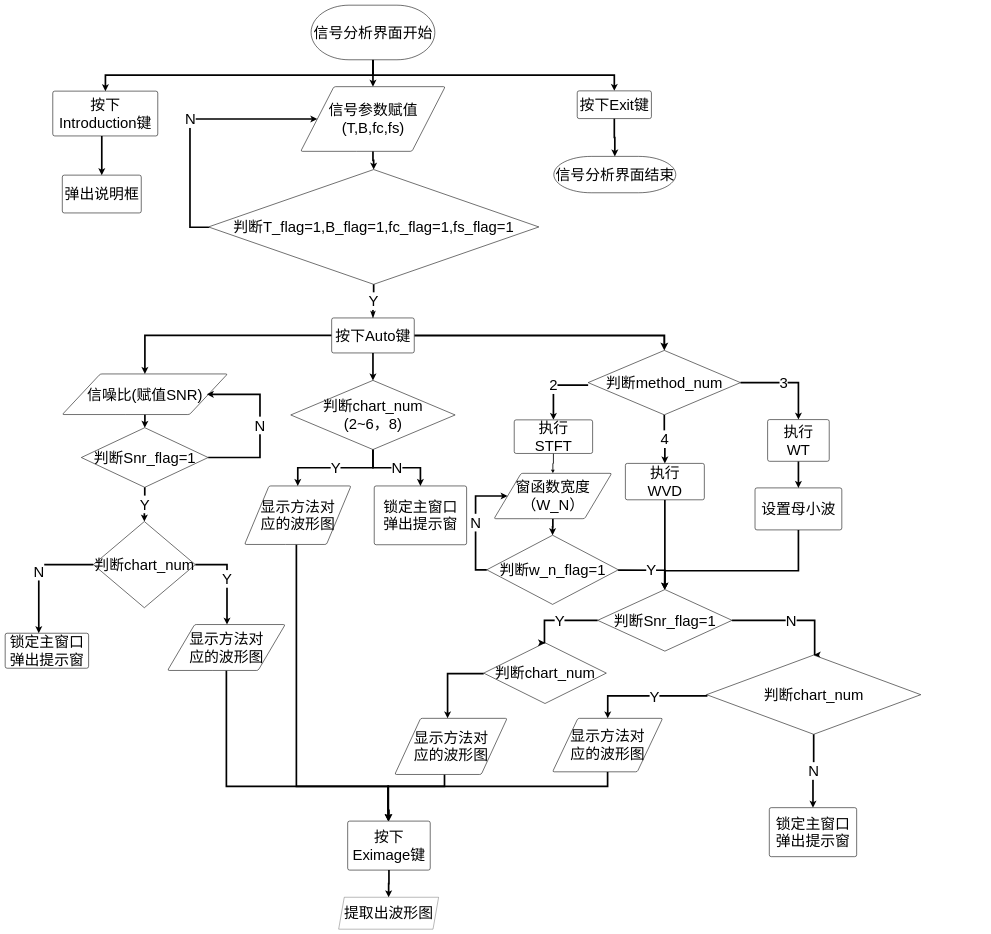
Before: TFA.drawio in Being-Chip/hello-world, a draw.io diagram. Source tidied: cells renumbered, new cells numbered last; positions are measured from the earlier drawing's top-left corner, leaving out a move shared by most shapes. Both pictures are drawn from the tidied source at 28%, with x=0, y=0 at pixel (5, 5).
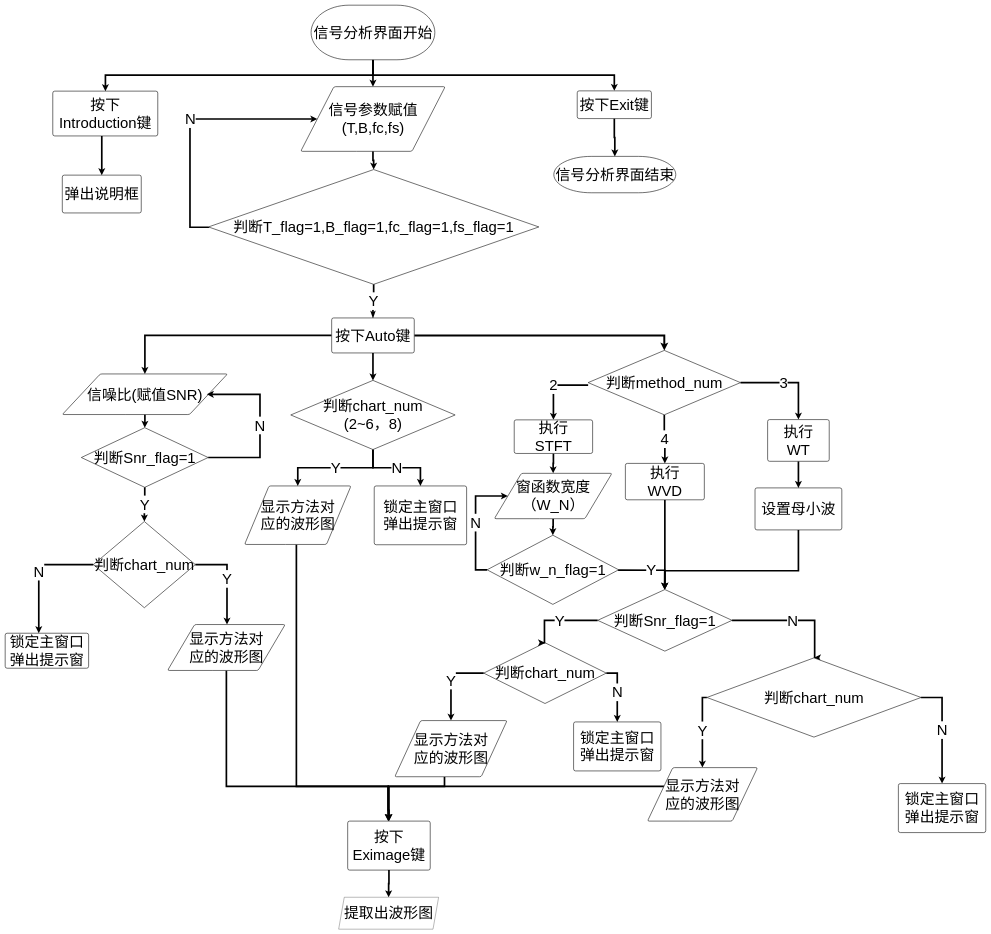
After the change.

Unchanged cells that the change refers to:
```xml
<mxCell id="24" value="执行&lt;br&gt;STFT" style="rounded=1;whiteSpace=wrap;html=1;absoluteArcSize=1;arcSize=14;strokeWidth=2;fontSize=53;fontStyle=0;" parent="1" vertex="1">
  <mxGeometry x="1818" y="1481" width="280" height="120" as="geometry" />
</mxCell>
<mxCell id="40" value="判断chart_num" style="strokeWidth=2;html=1;shape=mxgraph.flowchart.decision;whiteSpace=wrap;fontSize=53;fontStyle=0;" parent="1" vertex="1">
  <mxGeometry x="1709" y="2277" width="438" height="217" as="geometry" />
</mxCell>
```

The edit, as a diff of the source:
```diff
@@
-    <mxCell id="23" style="edgeStyle=orthogonalEdgeStyle;rounded=0;jettySize=auto;html=1;entryX=0.5;entryY=0;entryDx=0;entryDy=0;fontSize=53;fontStyle=0;strokeWidth=3;" parent="1" edge="1" source="24" target="42">
+    <mxCell id="23" style="edgeStyle=orthogonalEdgeStyle;rounded=0;jettySize=auto;html=1;entryX=0.5;entryY=0;entryDx=0;entryDy=0;fontSize=53;fontStyle=0;strokeWidth=6;" parent="1" edge="1" source="24" target="42">
       <mxGeometry relative="1" as="geometry" />
     </mxCell>
@@
-    <mxCell id="39" style="edgeStyle=orthogonalEdgeStyle;rounded=0;jettySize=auto;html=1;fontSize=53;strokeWidth=6;fontStyle=0;" parent="1" edge="1" source="40" target="61">
-      <mxGeometry relative="1" as="geometry">
-        <Array as="points">
-          <mxPoint x="1580" y="2387" />
-        </Array>
-      </mxGeometry>
-    </mxCell>
+    <mxCell id="73" value="N" style="edgeStyle=orthogonalEdgeStyle;rounded=0;jettySize=auto;html=1;exitX=1;exitY=0.5;exitDx=0;exitDy=0;exitPerimeter=0;strokeWidth=6;fontSize=53;" parent="1" edge="1" source="40" target="75">
+      <mxGeometry relative="1" as="geometry" />
+    </mxCell>
+    <mxCell id="74" value="Y" style="edgeStyle=orthogonalEdgeStyle;rounded=0;orthogonalLoop=1;jettySize=auto;html=1;fontSize=53;strokeWidth=6;" parent="1" edge="1">
+      <mxGeometry relative="1" as="geometry">
+        <mxPoint x="1709" y="2385.6" as="sourcePoint" />
+        <mxPoint x="1592.1" y="2555" as="targetPoint" />
+        <Array as="points">
+          <mxPoint x="1592" y="2386" />
+        </Array>
+      </mxGeometry>
+    </mxCell>
@@
     <mxCell id="42" value="窗函数宽度（W_N）" style="shape=parallelogram;html=1;strokeWidth=2;perimeter=parallelogramPerimeter;whiteSpace=wrap;rounded=1;arcSize=12;size=0.23;fontSize=53;fontStyle=0;" parent="1" vertex="1">
-      <mxGeometry x="1746" y="1672" width="420" height="162" as="geometry" />
+      <mxGeometry x="1747" y="1672" width="420" height="162" as="geometry" />
     </mxCell>
@@
     <mxCell id="45" value="判断w_n_flag=1" style="strokeWidth=2;html=1;shape=mxgraph.flowchart.decision;whiteSpace=wrap;fontSize=53;fontStyle=0;" parent="1" vertex="1">
-      <mxGeometry x="1720" y="1893" width="470" height="247" as="geometry" />
+      <mxGeometry x="1721" y="1893" width="470" height="247" as="geometry" />
     </mxCell>
@@
+    <mxCell id="53" value="N" style="edgeStyle=orthogonalEdgeStyle;rounded=0;jettySize=auto;html=1;fontSize=53;strokeWidth=6;fontStyle=0;exitX=1;exitY=0.5;exitDx=0;exitDy=0;exitPerimeter=0;" parent="1" edge="1" source="54" target="55">
+      <mxGeometry relative="1" as="geometry" />
+    </mxCell>
-    <mxCell id="51" style="edgeStyle=orthogonalEdgeStyle;rounded=0;jettySize=auto;html=1;fontSize=53;strokeWidth=6;fontStyle=0;exitX=0;exitY=0.5;exitDx=0;exitDy=0;exitPerimeter=0;" parent="1" edge="1" source="54" target="63">
+    <mxCell id="51" value="Y" style="edgeStyle=orthogonalEdgeStyle;rounded=0;jettySize=auto;html=1;fontSize=53;strokeWidth=6;" parent="1" edge="1" source="54" target="63">
       <mxGeometry relative="1" as="geometry">
         <Array as="points">
-          <mxPoint x="2152" y="2467" />
+          <mxPoint x="2490" y="2472" />
         </Array>
       </mxGeometry>
     </mxCell>
-    <mxCell id="52" value="Y" style="edgeLabel;html=1;align=center;verticalAlign=middle;fontSize=53;fontStyle=0;" parent="51" vertex="1">
-      <mxGeometry x="-0.13" y="2" relative="1" as="geometry">
-        <mxPoint x="-1" y="1" as="offset" />
-      </mxGeometry>
-    </mxCell>
-    <mxCell id="53" value="N" style="edgeStyle=orthogonalEdgeStyle;rounded=0;jettySize=auto;html=1;fontSize=53;strokeWidth=6;fontStyle=0;" parent="1" edge="1" source="54" target="55">
-      <mxGeometry relative="1" as="geometry" />
-    </mxCell>
     <mxCell id="54" value="判断chart_num" style="strokeWidth=2;html=1;shape=mxgraph.flowchart.decision;whiteSpace=wrap;fontSize=53;fontStyle=0;" parent="1" vertex="1">
-      <mxGeometry x="2505" y="2321" width="765" height="283" as="geometry" />
+      <mxGeometry x="2506" y="2331" width="765" height="283" as="geometry" />
     </mxCell>
     <mxCell id="55" value="锁定主窗口&lt;br style=&quot;font-size: 53px;&quot;&gt;弹出提示窗" style="rounded=1;whiteSpace=wrap;html=1;absoluteArcSize=1;arcSize=14;strokeWidth=2;fontSize=53;fontStyle=0;" parent="1" vertex="1">
-      <mxGeometry x="2729" y="2866" width="312" height="175" as="geometry" />
+      <mxGeometry x="3190" y="2780" width="312" height="175" as="geometry" />
     </mxCell>
@@
     <mxCell id="61" value="显示方法对&lt;br style=&quot;font-size: 53px;&quot;&gt;应的波形图" style="shape=parallelogram;html=1;strokeWidth=2;perimeter=parallelogramPerimeter;whiteSpace=wrap;rounded=1;arcSize=12;size=0.23;fontSize=53;fontStyle=0;" parent="1" vertex="1">
-      <mxGeometry x="1391.5" y="2547" width="401" height="200.5" as="geometry" />
+      <mxGeometry x="1391.5" y="2555" width="401" height="200.5" as="geometry" />
     </mxCell>
@@
     <mxCell id="63" value="显示方法对&lt;br style=&quot;font-size: 53px;&quot;&gt;应的波形图" style="shape=parallelogram;html=1;strokeWidth=2;perimeter=parallelogramPerimeter;whiteSpace=wrap;rounded=1;arcSize=12;size=0.23;fontSize=53;fontStyle=0;" parent="1" vertex="1">
-      <mxGeometry x="1955" y="2547" width="393" height="191" as="geometry" />
+      <mxGeometry x="2294" y="2723" width="393" height="191" as="geometry" />
     </mxCell>
@@
+    <mxCell id="75" value="锁定主窗口&lt;br style=&quot;font-size: 53px;&quot;&gt;弹出提示窗" style="rounded=1;whiteSpace=wrap;html=1;absoluteArcSize=1;arcSize=14;strokeWidth=2;fontSize=53;fontStyle=0;" parent="1" vertex="1">
+      <mxGeometry x="2030" y="2559.8" width="312" height="175" as="geometry" />
+    </mxCell>
```
